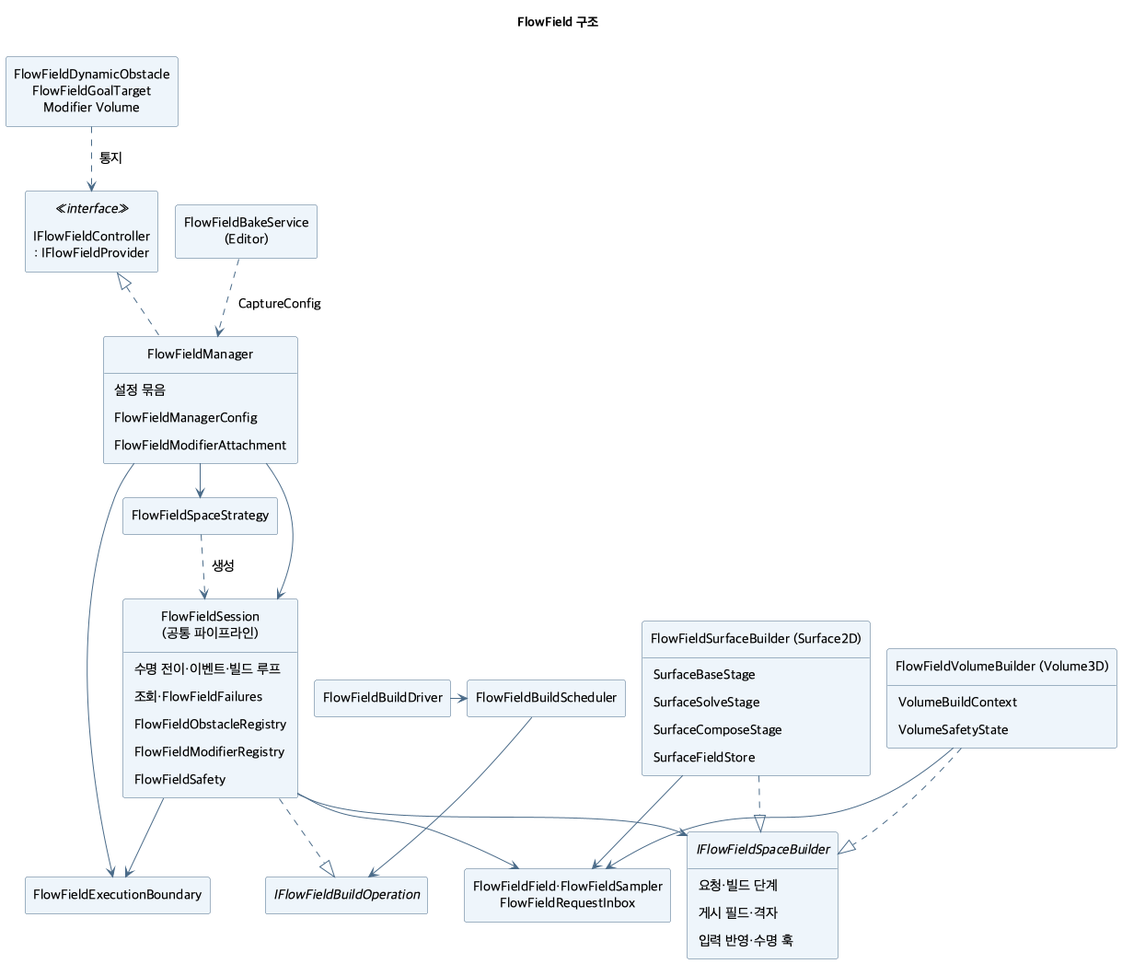
The PlantUML diagram ToyProject/Assets/_FlowField/Docs/Images/flowfield-structure.png in youwonsock/tool-unity-editor, before a commit.
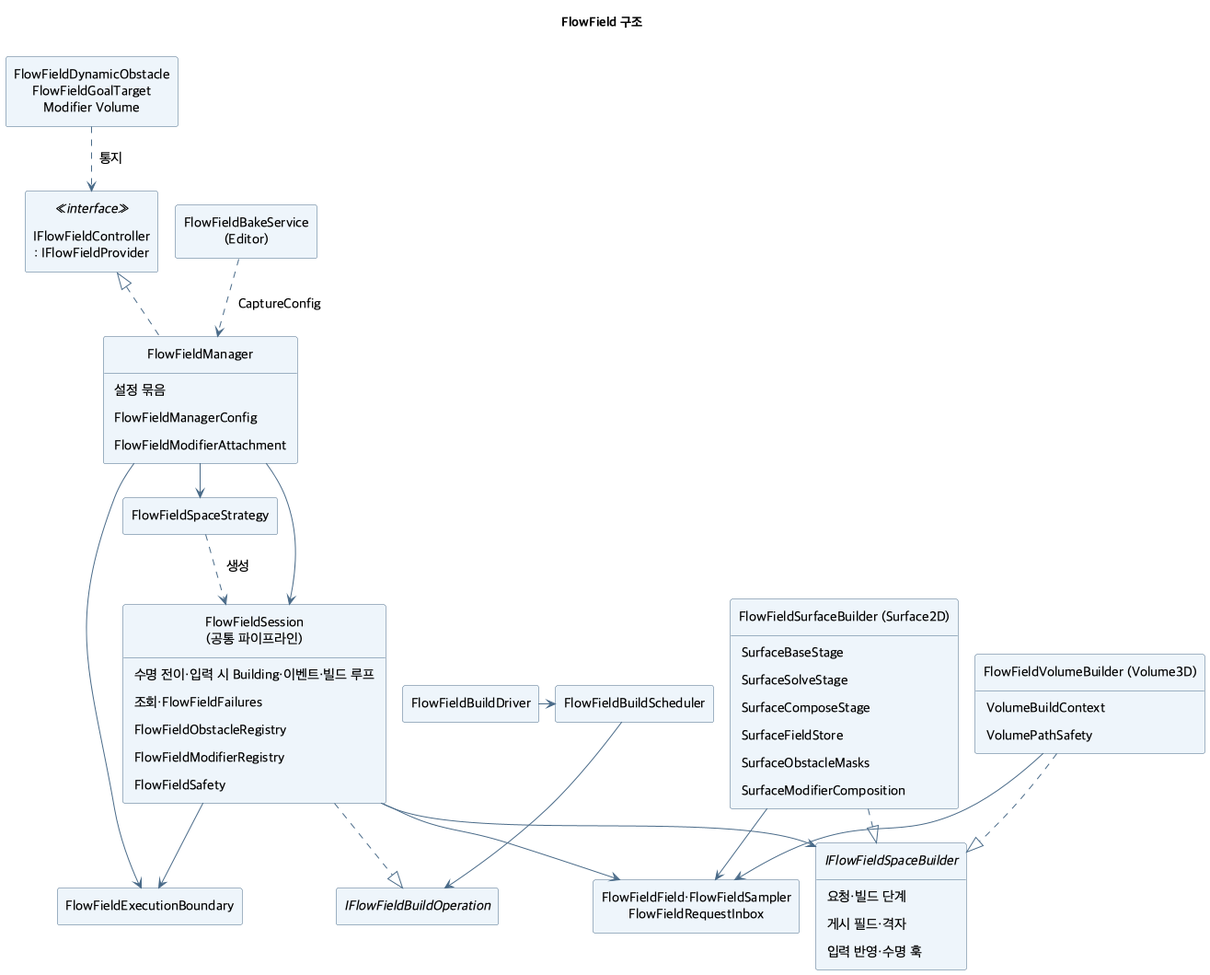
Later version of the same file.

Change to the diagram source:
```diff
@@ -23,7 +23,7 @@
 interface IFlowFieldBuildOperation
 class FlowFieldSpaceStrategy
 class "FlowFieldSession\n(공통 파이프라인)" as Session {
-  수명 전이·이벤트·빌드 루프
+  수명 전이·입력 시 Building·이벤트·빌드 루프
   조회·FlowFieldFailures
   FlowFieldObstacleRegistry
   FlowFieldModifierRegistry
@@ -39,10 +39,12 @@
   SurfaceSolveStage
   SurfaceComposeStage
   SurfaceFieldStore
+  SurfaceObstacleMasks
+  SurfaceModifierComposition
 }
 class "FlowFieldVolumeBuilder (Volume3D)" as Volume {
   VolumeBuildContext
-  VolumeSafetyState
+  VolumePathSafety
 }
 class "FlowFieldField·FlowFieldSampler\nFlowFieldRequestInbox" as Shared
 class "FlowFieldBakeService\n(Editor)" as BakeService
```
